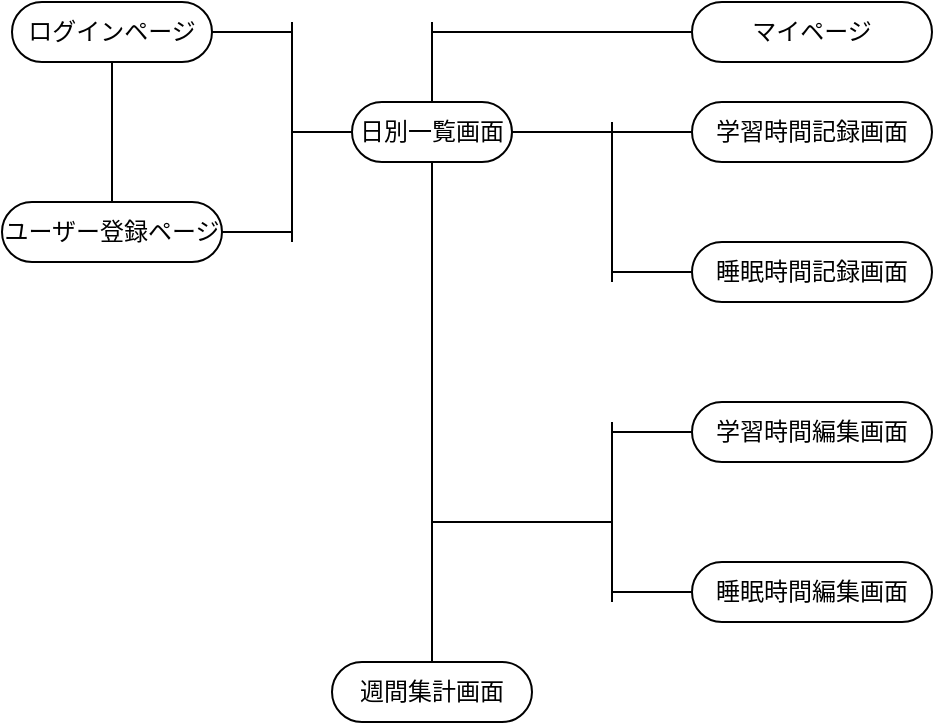
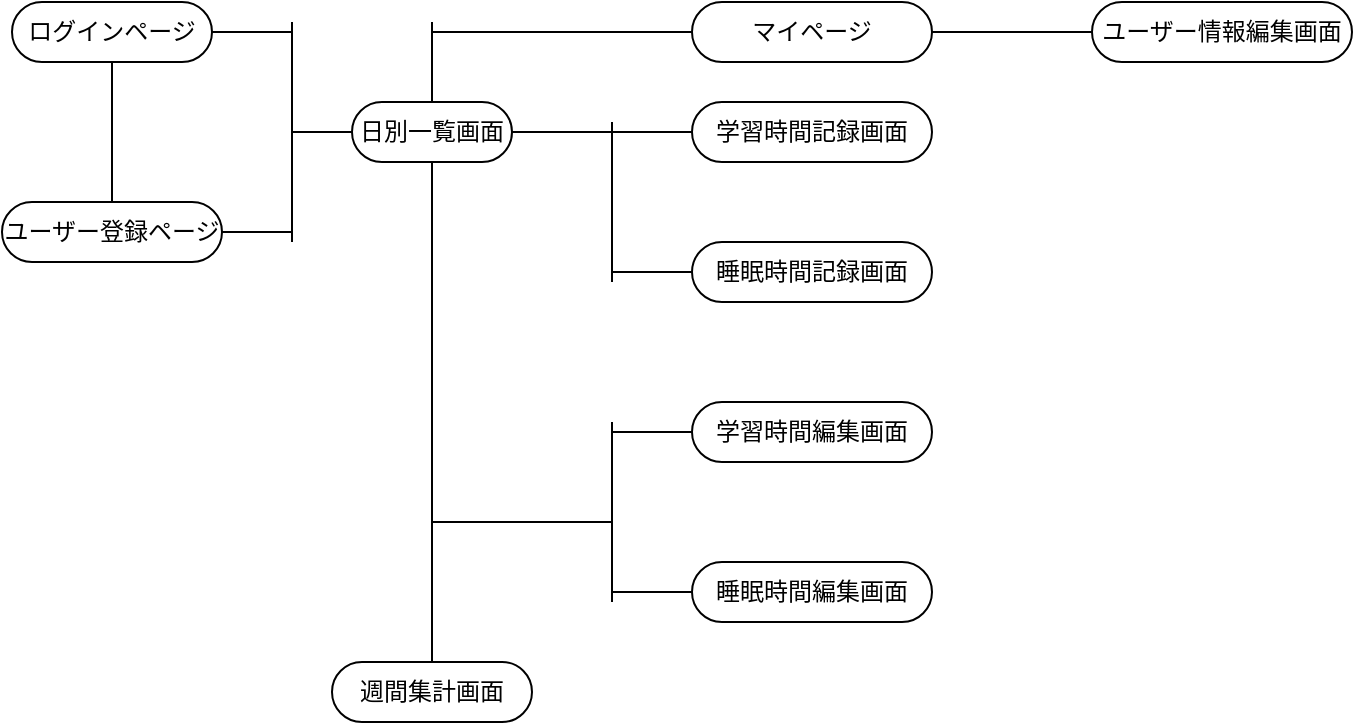
<mxfile host="65bd71144e">
    <diagram id="SDZbOLdbQ7wTeHkigDwQ" name="ページ1">
-         <mxGraphModel dx="596" dy="519" grid="1" gridSize="10" guides="1" tooltips="1" connect="1" arrows="1" fold="1" page="1" pageScale="1" pageWidth="827" pageHeight="1169" math="0" shadow="0">
+         <mxGraphModel dx="668" dy="553" grid="1" gridSize="10" guides="1" tooltips="1" connect="1" arrows="1" fold="1" page="1" pageScale="1" pageWidth="827" pageHeight="1169" math="0" shadow="0">
            <root>
                <mxCell id="0"/>
                <mxCell id="1" parent="0"/>
-                 <mxCell id="10" style="edgeStyle=none;html=1;endArrow=none;endFill=0;" edge="1" parent="1" source="2">
+                 <mxCell id="10" style="edgeStyle=none;html=1;endArrow=none;endFill=0;" parent="1" source="2" edge="1">
                    <mxGeometry relative="1" as="geometry">
                        <mxPoint x="240" y="125" as="targetPoint"/>
                    </mxGeometry>
                </mxCell>
-                 <mxCell id="2" value="ログインページ" style="html=1;dashed=0;whiteSpace=wrap;shape=mxgraph.dfd.start" vertex="1" parent="1">
+                 <mxCell id="2" value="ログインページ" style="html=1;dashed=0;whiteSpace=wrap;shape=mxgraph.dfd.start" parent="1" vertex="1">
                    <mxGeometry x="100" y="110" width="100" height="30" as="geometry"/>
                </mxCell>
-                 <mxCell id="12" style="edgeStyle=none;html=1;endArrow=none;endFill=0;" edge="1" parent="1" source="3">
+                 <mxCell id="12" style="edgeStyle=none;html=1;endArrow=none;endFill=0;" parent="1" source="3" edge="1">
                    <mxGeometry relative="1" as="geometry">
                        <mxPoint x="240" y="225" as="targetPoint"/>
                    </mxGeometry>
                </mxCell>
-                 <mxCell id="3" value="ユーザー登録ページ" style="html=1;dashed=0;whiteSpace=wrap;shape=mxgraph.dfd.start" vertex="1" parent="1">
+                 <mxCell id="3" value="ユーザー登録ページ" style="html=1;dashed=0;whiteSpace=wrap;shape=mxgraph.dfd.start" parent="1" vertex="1">
                    <mxGeometry x="95" y="210" width="110" height="30" as="geometry"/>
                </mxCell>
-                 <mxCell id="4" style="edgeStyle=none;html=1;entryX=0.5;entryY=0.5;entryDx=0;entryDy=-15;entryPerimeter=0;endArrow=none;endFill=0;" edge="1" parent="1" source="2" target="3">
+                 <mxCell id="4" style="edgeStyle=none;html=1;entryX=0.5;entryY=0.5;entryDx=0;entryDy=-15;entryPerimeter=0;endArrow=none;endFill=0;" parent="1" source="2" target="3" edge="1">
                    <mxGeometry relative="1" as="geometry"/>
                </mxCell>
-                 <mxCell id="5" value="" style="endArrow=none;html=1;endFill=0;" edge="1" parent="1">
+                 <mxCell id="5" value="" style="endArrow=none;html=1;endFill=0;" parent="1" edge="1">
                    <mxGeometry width="50" height="50" relative="1" as="geometry">
                        <mxPoint x="240" y="230" as="sourcePoint"/>
                        <mxPoint x="240" y="120" as="targetPoint"/>
                    </mxGeometry>
                </mxCell>
-                 <mxCell id="13" style="edgeStyle=none;html=1;endArrow=none;endFill=0;" edge="1" parent="1" source="6">
+                 <mxCell id="13" style="edgeStyle=none;html=1;endArrow=none;endFill=0;" parent="1" source="6" edge="1">
                    <mxGeometry relative="1" as="geometry">
                        <mxPoint x="240" y="175" as="targetPoint"/>
                    </mxGeometry>
                </mxCell>
-                 <mxCell id="22" style="edgeStyle=none;html=1;endArrow=none;endFill=0;entryX=0.5;entryY=0.5;entryDx=0;entryDy=-15;entryPerimeter=0;" edge="1" parent="1" source="6" target="31">
+                 <mxCell id="22" style="edgeStyle=none;html=1;endArrow=none;endFill=0;entryX=0.5;entryY=0.5;entryDx=0;entryDy=-15;entryPerimeter=0;" parent="1" source="6" target="31" edge="1">
                    <mxGeometry relative="1" as="geometry">
                        <mxPoint x="310" y="410" as="targetPoint"/>
                    </mxGeometry>
                </mxCell>
-                 <mxCell id="26" style="edgeStyle=none;html=1;endArrow=none;endFill=0;" edge="1" parent="1" source="6">
+                 <mxCell id="26" style="edgeStyle=none;html=1;endArrow=none;endFill=0;" parent="1" source="6" edge="1">
                    <mxGeometry relative="1" as="geometry">
                        <mxPoint x="310" y="120" as="targetPoint"/>
                    </mxGeometry>
                </mxCell>
-                 <mxCell id="6" value="日別一覧画面" style="html=1;dashed=0;whiteSpace=wrap;shape=mxgraph.dfd.start" vertex="1" parent="1">
+                 <mxCell id="6" value="日別一覧画面" style="html=1;dashed=0;whiteSpace=wrap;shape=mxgraph.dfd.start" parent="1" vertex="1">
                    <mxGeometry x="270" y="160" width="80" height="30" as="geometry"/>
                </mxCell>
-                 <mxCell id="14" value="学習時間記録画面" style="html=1;dashed=0;whiteSpace=wrap;shape=mxgraph.dfd.start" vertex="1" parent="1">
+                 <mxCell id="14" value="学習時間記録画面" style="html=1;dashed=0;whiteSpace=wrap;shape=mxgraph.dfd.start" parent="1" vertex="1">
                    <mxGeometry x="440" y="160" width="120" height="30" as="geometry"/>
                </mxCell>
-                 <mxCell id="18" style="edgeStyle=none;html=1;endArrow=none;endFill=0;" edge="1" parent="1" source="15">
+                 <mxCell id="18" style="edgeStyle=none;html=1;endArrow=none;endFill=0;" parent="1" source="15" edge="1">
                    <mxGeometry relative="1" as="geometry">
                        <mxPoint x="400" y="245" as="targetPoint"/>
                    </mxGeometry>
                </mxCell>
-                 <mxCell id="15" value="睡眠時間記録画面" style="html=1;dashed=0;whiteSpace=wrap;shape=mxgraph.dfd.start" vertex="1" parent="1">
+                 <mxCell id="15" value="睡眠時間記録画面" style="html=1;dashed=0;whiteSpace=wrap;shape=mxgraph.dfd.start" parent="1" vertex="1">
                    <mxGeometry x="440" y="230" width="120" height="30" as="geometry"/>
                </mxCell>
-                 <mxCell id="16" style="edgeStyle=none;html=1;entryX=0;entryY=0.5;entryDx=0;entryDy=0;entryPerimeter=0;endArrow=none;endFill=0;" edge="1" parent="1" source="6" target="14">
+                 <mxCell id="16" style="edgeStyle=none;html=1;entryX=0;entryY=0.5;entryDx=0;entryDy=0;entryPerimeter=0;endArrow=none;endFill=0;" parent="1" source="6" target="14" edge="1">
                    <mxGeometry relative="1" as="geometry"/>
                </mxCell>
-                 <mxCell id="17" value="" style="endArrow=none;html=1;endFill=0;" edge="1" parent="1">
+                 <mxCell id="17" value="" style="endArrow=none;html=1;endFill=0;" parent="1" edge="1">
                    <mxGeometry width="50" height="50" relative="1" as="geometry">
                        <mxPoint x="400" y="170" as="sourcePoint"/>
                        <mxPoint x="400" y="250" as="targetPoint"/>
                    </mxGeometry>
                </mxCell>
-                 <mxCell id="23" style="edgeStyle=none;html=1;endArrow=none;endFill=0;" edge="1" parent="1" source="19">
+                 <mxCell id="23" style="edgeStyle=none;html=1;endArrow=none;endFill=0;" parent="1" source="19" edge="1">
                    <mxGeometry relative="1" as="geometry">
                        <mxPoint x="400" y="325" as="targetPoint"/>
                    </mxGeometry>
                </mxCell>
-                 <mxCell id="19" value="学習時間編集画面" style="html=1;dashed=0;whiteSpace=wrap;shape=mxgraph.dfd.start" vertex="1" parent="1">
+                 <mxCell id="19" value="学習時間編集画面" style="html=1;dashed=0;whiteSpace=wrap;shape=mxgraph.dfd.start" parent="1" vertex="1">
                    <mxGeometry x="440" y="310" width="120" height="30" as="geometry"/>
                </mxCell>
-                 <mxCell id="24" style="edgeStyle=none;html=1;endArrow=none;endFill=0;" edge="1" parent="1" source="20">
+                 <mxCell id="24" style="edgeStyle=none;html=1;endArrow=none;endFill=0;" parent="1" source="20" edge="1">
                    <mxGeometry relative="1" as="geometry">
                        <mxPoint x="400" y="405" as="targetPoint"/>
                    </mxGeometry>
                </mxCell>
-                 <mxCell id="20" value="睡眠時間編集画面" style="html=1;dashed=0;whiteSpace=wrap;shape=mxgraph.dfd.start" vertex="1" parent="1">
+                 <mxCell id="20" value="睡眠時間編集画面" style="html=1;dashed=0;whiteSpace=wrap;shape=mxgraph.dfd.start" parent="1" vertex="1">
                    <mxGeometry x="440" y="390" width="120" height="30" as="geometry"/>
                </mxCell>
-                 <mxCell id="27" style="edgeStyle=none;html=1;endArrow=none;endFill=0;" edge="1" parent="1" source="25">
+                 <mxCell id="27" style="edgeStyle=none;html=1;endArrow=none;endFill=0;" parent="1" source="25" edge="1">
                    <mxGeometry relative="1" as="geometry">
                        <mxPoint x="310" y="125" as="targetPoint"/>
                    </mxGeometry>
                </mxCell>
-                 <mxCell id="25" value="マイページ" style="html=1;dashed=0;whiteSpace=wrap;shape=mxgraph.dfd.start" vertex="1" parent="1">
+                 <mxCell id="33" style="edgeStyle=none;html=1;exitX=1;exitY=0.5;exitDx=0;exitDy=0;exitPerimeter=0;endArrow=none;endFill=0;" edge="1" parent="1" source="25">
+                     <mxGeometry relative="1" as="geometry">
+                         <mxPoint x="640" y="125" as="targetPoint"/>
+                     </mxGeometry>
+                 </mxCell>
+                 <mxCell id="25" value="マイページ" style="html=1;dashed=0;whiteSpace=wrap;shape=mxgraph.dfd.start" parent="1" vertex="1">
                    <mxGeometry x="440" y="110" width="120" height="30" as="geometry"/>
                </mxCell>
-                 <mxCell id="28" value="" style="endArrow=none;html=1;endFill=0;" edge="1" parent="1">
+                 <mxCell id="28" value="" style="endArrow=none;html=1;endFill=0;" parent="1" edge="1">
                    <mxGeometry width="50" height="50" relative="1" as="geometry">
                        <mxPoint x="310" y="370" as="sourcePoint"/>
                        <mxPoint x="400" y="370" as="targetPoint"/>
                    </mxGeometry>
                </mxCell>
-                 <mxCell id="29" value="" style="endArrow=none;html=1;endFill=0;" edge="1" parent="1">
+                 <mxCell id="29" value="" style="endArrow=none;html=1;endFill=0;" parent="1" edge="1">
                    <mxGeometry width="50" height="50" relative="1" as="geometry">
                        <mxPoint x="400" y="370" as="sourcePoint"/>
                        <mxPoint x="400" y="320" as="targetPoint"/>
                    </mxGeometry>
                </mxCell>
-                 <mxCell id="30" value="" style="endArrow=none;html=1;endFill=0;" edge="1" parent="1">
+                 <mxCell id="30" value="" style="endArrow=none;html=1;endFill=0;" parent="1" edge="1">
                    <mxGeometry width="50" height="50" relative="1" as="geometry">
                        <mxPoint x="400" y="370" as="sourcePoint"/>
                        <mxPoint x="400" y="410" as="targetPoint"/>
                    </mxGeometry>
                </mxCell>
-                 <mxCell id="31" value="週間集計画面" style="html=1;dashed=0;whiteSpace=wrap;shape=mxgraph.dfd.start" vertex="1" parent="1">
+                 <mxCell id="31" value="週間集計画面" style="html=1;dashed=0;whiteSpace=wrap;shape=mxgraph.dfd.start" parent="1" vertex="1">
                    <mxGeometry x="260" y="440" width="100" height="30" as="geometry"/>
+                 </mxCell>
+                 <mxCell id="34" value="ユーザー情報編集画面" style="html=1;dashed=0;whiteSpace=wrap;shape=mxgraph.dfd.start" vertex="1" parent="1">
+                     <mxGeometry x="640" y="110" width="130" height="30" as="geometry"/>
                </mxCell>
            </root>
        </mxGraphModel>
    </diagram>
</mxfile>
